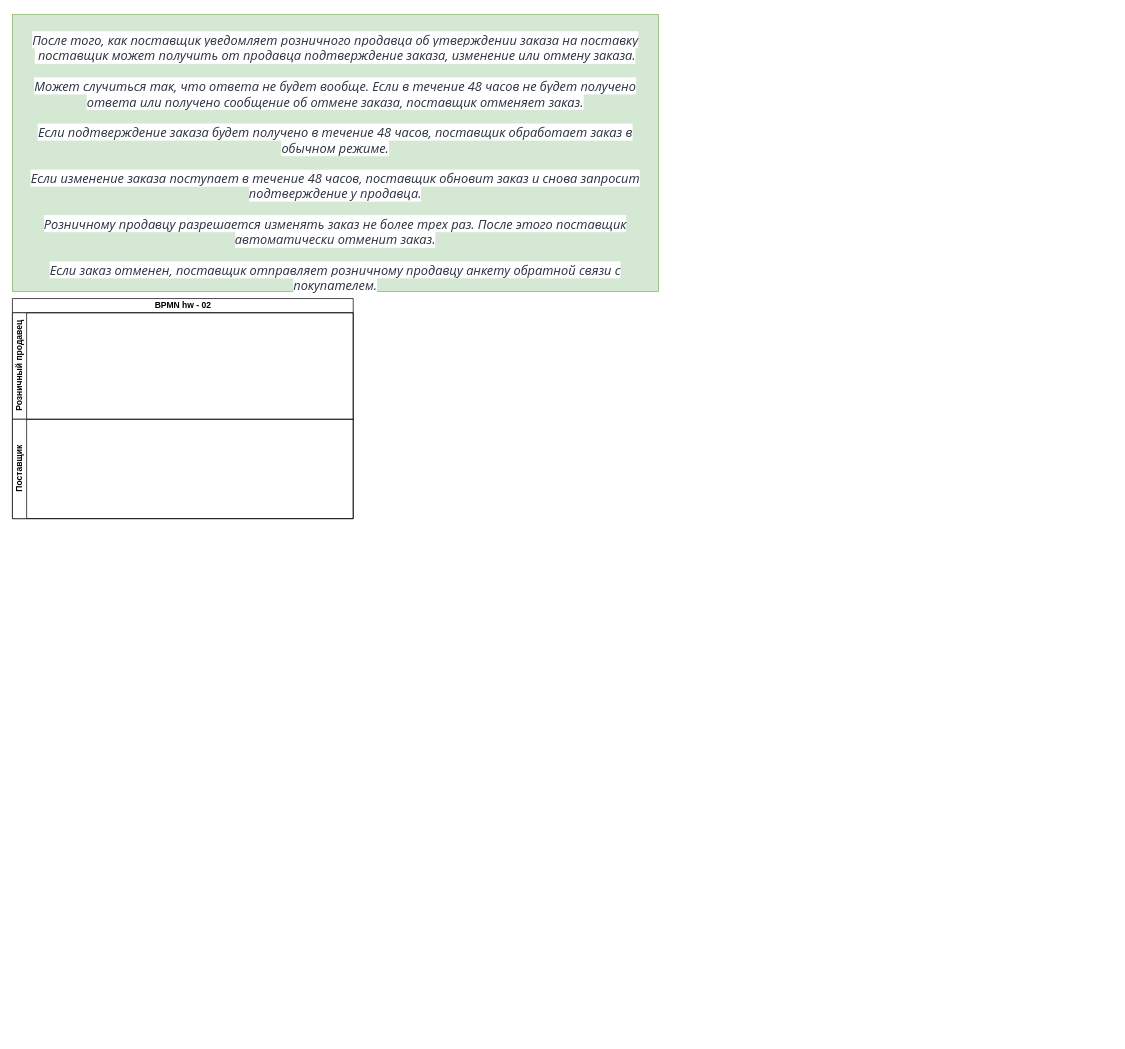
Before: bpmn-hw-2.drawio in rmastodon0603/itstep_course_uml, a draw.io diagram. Source tidied: cells renumbered, new cells numbered last; positions are measured from the earlier drawing's top-left corner, leaving out a move shared by most shapes. Both pictures are drawn from the tidied source at 71%, with x=0, y=0 at pixel (12, 14).
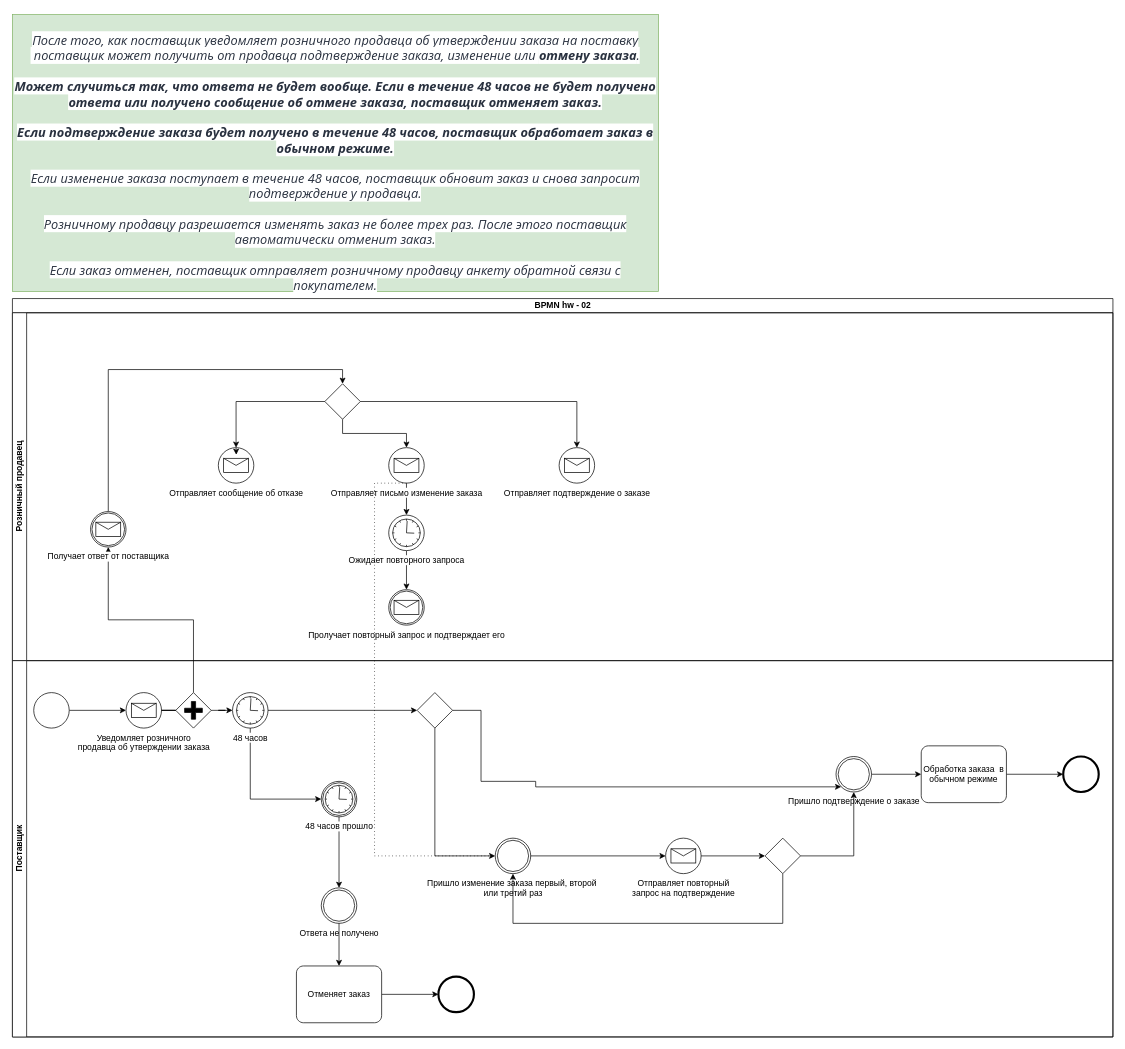
After the change.

The edit, as a diff of the source:
```diff
@@
-    <mxCell id="2" value="&lt;br&gt;&lt;br&gt;&lt;span style=&quot;color: rgb(41 , 49 , 63) ; font-family: &amp;#34;segoe ui&amp;#34; ; font-size: 18px ; font-style: italic ; font-weight: 400 ; letter-spacing: normal ; text-align: left ; text-indent: 0px ; text-transform: none ; word-spacing: 0px ; background-color: rgb(255 , 255 , 255) ; display: inline ; float: none&quot;&gt;После того, как поставщик уведомляет розничного продавца об утверждении заказа на поставку&lt;br&gt;&amp;nbsp;поставщик может получить от продавца подтверждение заказа, изменение или отмену заказа. &lt;br&gt;&lt;br&gt;Может случиться так, что ответа не будет вообще. Если в течение 48 часов не будет получено ответа или получено сообщение об отмене заказа, поставщик отменяет заказ. &lt;br&gt;&lt;br&gt;Если подтверждение заказа будет получено в течение 48 часов, поставщик обработает заказ в обычном режиме. &lt;br&gt;&lt;br&gt;Если изменение заказа поступает в течение 48 часов, поставщик обновит заказ и снова запросит подтверждение у продавца. &lt;br&gt;&lt;br&gt;Розничному продавцу разрешается изменять заказ не более трех раз. После этого поставщик автоматически отменит заказ. &lt;br&gt;&lt;br&gt;Если заказ отменен, поставщик отправляет розничному продавцу анкету обратной связи с покупателем.&lt;/span&gt;&lt;br&gt;" style="text;html=1;strokeColor=#82b366;fillColor=#d5e8d4;align=center;verticalAlign=middle;whiteSpace=wrap;rounded=0;" parent="1" vertex="1">
+    <mxCell id="2" value="&lt;br&gt;&lt;br&gt;&lt;span style=&quot;color: rgb(41 , 49 , 63) ; font-family: &amp;#34;segoe ui&amp;#34; ; font-size: 18px ; font-style: italic ; font-weight: 400 ; letter-spacing: normal ; text-align: left ; text-indent: 0px ; text-transform: none ; word-spacing: 0px ; background-color: rgb(255 , 255 , 255) ; display: inline ; float: none&quot;&gt;После того, как поставщик уведомляет розничного продавца об утверждении заказа на поставку&lt;br&gt;&amp;nbsp;поставщик может получить от продавца подтверждение заказа, изменение или &lt;/span&gt;&lt;span style=&quot;color: rgb(41 , 49 , 63) ; font-family: &amp;#34;segoe ui&amp;#34; ; font-size: 18px ; font-style: italic ; letter-spacing: normal ; text-align: left ; text-indent: 0px ; text-transform: none ; word-spacing: 0px ; background-color: rgb(255 , 255 , 255) ; display: inline ; float: none&quot;&gt;&lt;b&gt;отмену заказа&lt;/b&gt;&lt;/span&gt;&lt;span style=&quot;color: rgb(41 , 49 , 63) ; font-family: &amp;#34;segoe ui&amp;#34; ; font-size: 18px ; font-style: italic ; letter-spacing: normal ; text-align: left ; text-indent: 0px ; text-transform: none ; word-spacing: 0px ; background-color: rgb(255 , 255 , 255) ; display: inline ; float: none&quot;&gt;. &lt;br&gt;&lt;br&gt;&lt;b&gt;Может случиться так, что ответа не будет вообще. Если в течение 48 часов не будет получено ответа или получено сообщение об отмене заказа, поставщик отменяет заказ. &lt;br&gt;&lt;/b&gt;&lt;br&gt;&lt;b&gt;Если подтверждение заказа будет получено в течение 48 часов, поставщик обработает заказ в обычном режиме. &lt;br&gt;&lt;/b&gt;&lt;br&gt;Если изменение заказа поступает в течение 48 часов, поставщик обновит заказ и снова запросит подтверждение у продавца. &lt;br&gt;&lt;br&gt;Розничному продавцу разрешается изменять заказ не более трех раз. После этого поставщик автоматически отменит заказ. &lt;br&gt;&lt;br&gt;Если заказ отменен, поставщик отправляет розничному продавцу анкету обратной связи с покупателем.&lt;/span&gt;" style="text;html=1;strokeColor=#82b366;fillColor=#d5e8d4;align=center;verticalAlign=middle;whiteSpace=wrap;rounded=0;" parent="1" vertex="1">
       <mxGeometry width="910" height="390" as="geometry" />
     </mxCell>
     <mxCell id="3" value="BPMN hw - 02" style="swimlane;html=1;horizontal=1;startSize=20;" parent="1" vertex="1">
-      <mxGeometry y="400" width="480" height="310" as="geometry" />
+      <mxGeometry y="400" width="1550" height="1040" as="geometry" />
     </mxCell>
+    <mxCell id="6" style="edgeStyle=orthogonalEdgeStyle;rounded=0;jettySize=auto;html=1;exitX=0.5;exitY=0;exitDx=0;exitDy=0;exitPerimeter=0;entryX=0.5;entryY=1;entryDx=0;entryDy=0;entryPerimeter=0;" parent="3" edge="1" source="32" target="8">
+      <mxGeometry relative="1" as="geometry" />
+    </mxCell>
     <mxCell id="4" value="Розничный продавец" style="swimlane;html=1;startSize=20;horizontal=0;" parent="3" vertex="1">
-      <mxGeometry y="20" width="480" height="150" as="geometry" />
+      <mxGeometry y="20" width="1550" height="490" as="geometry" />
     </mxCell>
+    <mxCell id="7" style="edgeStyle=orthogonalEdgeStyle;rounded=0;jettySize=auto;html=1;exitX=0.5;exitY=0;exitDx=0;exitDy=0;exitPerimeter=0;entryX=0.5;entryY=0;entryDx=0;entryDy=0;entryPerimeter=0;" parent="4" edge="1" source="8" target="12">
+      <mxGeometry relative="1" as="geometry" />
+    </mxCell>
+    <mxCell id="8" value="Получает ответ от поставщика" style="points=[[0.145,0.145,0],[0.5,0,0],[0.855,0.145,0],[1,0.5,0],[0.855,0.855,0],[0.5,1,0],[0.145,0.855,0],[0,0.5,0]];shape=mxgraph.bpmn.event;html=1;verticalLabelPosition=bottom;labelBackgroundColor=#ffffff;verticalAlign=top;align=center;perimeter=ellipsePerimeter;outlineConnect=0;outline=catching;symbol=message;" parent="4" vertex="1">
+      <mxGeometry x="110" y="280" width="50" height="50" as="geometry" />
+    </mxCell>
+    <mxCell id="9" style="edgeStyle=orthogonalEdgeStyle;rounded=0;jettySize=auto;html=1;" parent="4" edge="1" source="12" target="13">
+      <mxGeometry relative="1" as="geometry" />
+    </mxCell>
+    <mxCell id="10" style="edgeStyle=orthogonalEdgeStyle;rounded=0;jettySize=auto;html=1;exitX=1;exitY=0.5;exitDx=0;exitDy=0;exitPerimeter=0;entryX=0.5;entryY=0;entryDx=0;entryDy=0;entryPerimeter=0;" parent="4" edge="1" source="12" target="14">
+      <mxGeometry relative="1" as="geometry" />
+    </mxCell>
+    <mxCell id="11" style="edgeStyle=orthogonalEdgeStyle;rounded=0;jettySize=auto;html=1;exitX=0.5;exitY=1;exitDx=0;exitDy=0;exitPerimeter=0;entryX=0.5;entryY=0;entryDx=0;entryDy=0;entryPerimeter=0;" parent="4" edge="1" source="12" target="17">
+      <mxGeometry relative="1" as="geometry" />
+    </mxCell>
+    <mxCell id="12" style="points=[[0.25,0.25,0],[0.5,0,0],[0.75,0.25,0],[1,0.5,0],[0.75,0.75,0],[0.5,1,0],[0.25,0.75,0],[0,0.5,0]];shape=mxgraph.bpmn.gateway2;html=1;verticalLabelPosition=bottom;labelBackgroundColor=#ffffff;verticalAlign=top;align=center;perimeter=rhombusPerimeter;outlineConnect=0;outline=none;symbol=none;" parent="4" vertex="1">
+      <mxGeometry x="440" y="100" width="50" height="50" as="geometry" />
+    </mxCell>
+    <mxCell id="13" value="Отправляет сообщение об отказе" style="points=[[0.145,0.145,0],[0.5,0,0],[0.855,0.145,0],[1,0.5,0],[0.855,0.855,0],[0.5,1,0],[0.145,0.855,0],[0,0.5,0]];shape=mxgraph.bpmn.event;html=1;verticalLabelPosition=bottom;labelBackgroundColor=#ffffff;verticalAlign=top;align=center;perimeter=ellipsePerimeter;outlineConnect=0;outline=standard;symbol=message;" parent="4" vertex="1">
+      <mxGeometry x="290" y="190" width="50" height="50" as="geometry" />
+    </mxCell>
+    <mxCell id="14" value="Отправляет подтверждение о заказе" style="points=[[0.145,0.145,0],[0.5,0,0],[0.855,0.145,0],[1,0.5,0],[0.855,0.855,0],[0.5,1,0],[0.145,0.855,0],[0,0.5,0]];shape=mxgraph.bpmn.event;html=1;verticalLabelPosition=bottom;labelBackgroundColor=#ffffff;verticalAlign=top;align=center;perimeter=ellipsePerimeter;outlineConnect=0;outline=standard;symbol=message;" parent="4" vertex="1">
+      <mxGeometry x="770" y="190" width="50" height="50" as="geometry" />
+    </mxCell>
+    <mxCell id="15" style="edgeStyle=orthogonalEdgeStyle;rounded=0;orthogonalLoop=1;jettySize=auto;html=1;exitX=0.5;exitY=0;exitDx=0;exitDy=0;exitPerimeter=0;entryX=0.505;entryY=0.2;entryDx=0;entryDy=0;entryPerimeter=0;" parent="4" edge="1" source="13" target="13">
+      <mxGeometry relative="1" as="geometry" />
+    </mxCell>
+    <mxCell id="16" style="edgeStyle=orthogonalEdgeStyle;rounded=0;jettySize=auto;html=1;" parent="4" edge="1" source="17" target="20">
+      <mxGeometry relative="1" as="geometry" />
+    </mxCell>
+    <mxCell id="17" value="Отправляет письмо изменение заказа" style="points=[[0.145,0.145,0],[0.5,0,0],[0.855,0.145,0],[1,0.5,0],[0.855,0.855,0],[0.5,1,0],[0.145,0.855,0],[0,0.5,0]];shape=mxgraph.bpmn.event;html=1;verticalLabelPosition=bottom;labelBackgroundColor=#ffffff;verticalAlign=top;align=center;perimeter=ellipsePerimeter;outlineConnect=0;outline=standard;symbol=message;" parent="4" vertex="1">
+      <mxGeometry x="530" y="190" width="50" height="50" as="geometry" />
+    </mxCell>
+    <mxCell id="18" value="Пролучает повторный запрос и подтверждает его" style="points=[[0.145,0.145,0],[0.5,0,0],[0.855,0.145,0],[1,0.5,0],[0.855,0.855,0],[0.5,1,0],[0.145,0.855,0],[0,0.5,0]];shape=mxgraph.bpmn.event;html=1;verticalLabelPosition=bottom;labelBackgroundColor=#ffffff;verticalAlign=top;align=center;perimeter=ellipsePerimeter;outlineConnect=0;outline=catching;symbol=message;" parent="4" vertex="1">
+      <mxGeometry x="530" y="390" width="50" height="50" as="geometry" />
+    </mxCell>
+    <mxCell id="19" style="edgeStyle=orthogonalEdgeStyle;rounded=0;jettySize=auto;html=1;" parent="4" edge="1" source="20" target="18">
+      <mxGeometry relative="1" as="geometry" />
+    </mxCell>
+    <mxCell id="20" value="Ожидает повторного запроса" style="points=[[0.145,0.145,0],[0.5,0,0],[0.855,0.145,0],[1,0.5,0],[0.855,0.855,0],[0.5,1,0],[0.145,0.855,0],[0,0.5,0]];shape=mxgraph.bpmn.event;html=1;verticalLabelPosition=bottom;labelBackgroundColor=#ffffff;verticalAlign=top;align=center;perimeter=ellipsePerimeter;outlineConnect=0;outline=standard;symbol=timer;" parent="4" vertex="1">
+      <mxGeometry x="530" y="285" width="50" height="50" as="geometry" />
+    </mxCell>
+    <mxCell id="21" style="edgeStyle=elbowEdgeStyle;fontSize=12;html=1;endFill=0;startFill=0;endSize=6;startSize=6;dashed=1;dashPattern=1 4;endArrow=none;startArrow=none;rounded=0;exitX=0.5;exitY=1;exitDx=0;exitDy=0;exitPerimeter=0;entryX=0;entryY=0.5;entryDx=0;entryDy=0;entryPerimeter=0;" parent="3" edge="1" source="17" target="45">
+      <mxGeometry relative="1" as="geometry">
+        <Array as="points">
+          <mxPoint x="510" y="590" />
+        </Array>
+      </mxGeometry>
+    </mxCell>
     <mxCell id="5" value="Поставщик" style="swimlane;html=1;startSize=20;horizontal=0;" parent="3" vertex="1">
-      <mxGeometry y="170" width="480" height="140" as="geometry" />
+      <mxGeometry y="510" width="1550" height="530" as="geometry" />
     </mxCell>
+    <mxCell id="22" style="edgeStyle=orthogonalEdgeStyle;rounded=0;jettySize=auto;html=1;" parent="5" edge="1" source="23" target="25">
+      <mxGeometry relative="1" as="geometry" />
+    </mxCell>
+    <mxCell id="23" style="points=[[0.145,0.145,0],[0.5,0,0],[0.855,0.145,0],[1,0.5,0],[0.855,0.855,0],[0.5,1,0],[0.145,0.855,0],[0,0.5,0]];shape=mxgraph.bpmn.event;html=1;verticalLabelPosition=bottom;labelBackgroundColor=#ffffff;verticalAlign=top;align=center;perimeter=ellipsePerimeter;outlineConnect=0;outline=standard;symbol=general;" parent="5" vertex="1">
+      <mxGeometry x="30" y="45" width="50" height="50" as="geometry" />
+    </mxCell>
+    <mxCell id="24" style="edgeStyle=orthogonalEdgeStyle;rounded=0;jettySize=auto;html=1;startArrow=none;exitX=1;exitY=0.5;exitDx=0;exitDy=0;exitPerimeter=0;" parent="5" edge="1" source="32" target="28">
+      <mxGeometry relative="1" as="geometry" />
+    </mxCell>
+    <mxCell id="25" value="Уведомляет розничного &lt;br&gt;продавца об утверждении заказа" style="points=[[0.145,0.145,0],[0.5,0,0],[0.855,0.145,0],[1,0.5,0],[0.855,0.855,0],[0.5,1,0],[0.145,0.855,0],[0,0.5,0]];shape=mxgraph.bpmn.event;html=1;verticalLabelPosition=bottom;labelBackgroundColor=#ffffff;verticalAlign=top;align=center;perimeter=ellipsePerimeter;outlineConnect=0;outline=standard;symbol=message;" parent="5" vertex="1">
+      <mxGeometry x="160" y="45" width="50" height="50" as="geometry" />
+    </mxCell>
+    <mxCell id="26" style="edgeStyle=orthogonalEdgeStyle;rounded=0;jettySize=auto;html=1;" parent="5" edge="1" source="28" target="31">
+      <mxGeometry relative="1" as="geometry" />
+    </mxCell>
+    <mxCell id="27" style="edgeStyle=orthogonalEdgeStyle;rounded=0;jettySize=auto;html=1;exitX=0.5;exitY=1;exitDx=0;exitDy=0;exitPerimeter=0;entryX=0;entryY=0.5;entryDx=0;entryDy=0;entryPerimeter=0;" parent="5" edge="1" source="28" target="40">
+      <mxGeometry relative="1" as="geometry" />
+    </mxCell>
+    <mxCell id="28" value="48 часов" style="points=[[0.145,0.145,0],[0.5,0,0],[0.855,0.145,0],[1,0.5,0],[0.855,0.855,0],[0.5,1,0],[0.145,0.855,0],[0,0.5,0]];shape=mxgraph.bpmn.event;html=1;verticalLabelPosition=bottom;labelBackgroundColor=#ffffff;verticalAlign=top;align=center;perimeter=ellipsePerimeter;outlineConnect=0;outline=standard;symbol=timer;" parent="5" vertex="1">
+      <mxGeometry x="310" y="45" width="50" height="50" as="geometry" />
+    </mxCell>
+    <mxCell id="29" style="edgeStyle=orthogonalEdgeStyle;rounded=0;jettySize=auto;html=1;exitX=1;exitY=0.5;exitDx=0;exitDy=0;exitPerimeter=0;entryX=0.145;entryY=0.855;entryDx=0;entryDy=0;entryPerimeter=0;" parent="5" edge="1" source="31" target="35">
+      <mxGeometry relative="1" as="geometry">
+        <Array as="points">
+          <mxPoint x="660" y="70" />
+          <mxPoint x="660" y="170" />
+          <mxPoint x="737" y="170" />
+        </Array>
+      </mxGeometry>
+    </mxCell>
+    <mxCell id="30" style="edgeStyle=orthogonalEdgeStyle;rounded=0;jettySize=auto;html=1;exitX=0.5;exitY=1;exitDx=0;exitDy=0;exitPerimeter=0;entryX=0;entryY=0.5;entryDx=0;entryDy=0;entryPerimeter=0;" parent="5" edge="1" source="31" target="45">
+      <mxGeometry relative="1" as="geometry" />
+    </mxCell>
+    <mxCell id="31" style="points=[[0.25,0.25,0],[0.5,0,0],[0.75,0.25,0],[1,0.5,0],[0.75,0.75,0],[0.5,1,0],[0.25,0.75,0],[0,0.5,0]];shape=mxgraph.bpmn.gateway2;html=1;verticalLabelPosition=bottom;labelBackgroundColor=#ffffff;verticalAlign=top;align=center;perimeter=rhombusPerimeter;outlineConnect=0;outline=none;symbol=none;" parent="5" vertex="1">
+      <mxGeometry x="570" y="45" width="50" height="50" as="geometry" />
+    </mxCell>
+    <mxCell id="32" style="points=[[0.25,0.25,0],[0.5,0,0],[0.75,0.25,0],[1,0.5,0],[0.75,0.75,0],[0.5,1,0],[0.25,0.75,0],[0,0.5,0]];shape=mxgraph.bpmn.gateway2;html=1;verticalLabelPosition=bottom;labelBackgroundColor=#ffffff;verticalAlign=top;align=center;perimeter=rhombusPerimeter;outlineConnect=0;outline=none;symbol=none;gwType=parallel;" parent="5" vertex="1">
+      <mxGeometry x="230" y="45" width="50" height="50" as="geometry" />
+    </mxCell>
+    <mxCell id="33" style="edgeStyle=orthogonalEdgeStyle;rounded=0;jettySize=auto;html=1;startArrow=none;exitX=1;exitY=0.5;exitDx=0;exitDy=0;exitPerimeter=0;endArrow=none;" parent="5" edge="1" source="25" target="32">
+      <mxGeometry relative="1" as="geometry" />
+    </mxCell>
+    <mxCell id="34" style="edgeStyle=orthogonalEdgeStyle;rounded=0;jettySize=auto;html=1;" parent="5" edge="1" source="35" target="37">
+      <mxGeometry relative="1" as="geometry" />
+    </mxCell>
+    <mxCell id="35" value="Пришло подтверждение о заказе" style="points=[[0.145,0.145,0],[0.5,0,0],[0.855,0.145,0],[1,0.5,0],[0.855,0.855,0],[0.5,1,0],[0.145,0.855,0],[0,0.5,0]];shape=mxgraph.bpmn.event;html=1;verticalLabelPosition=bottom;labelBackgroundColor=#ffffff;verticalAlign=top;align=center;perimeter=ellipsePerimeter;outlineConnect=0;outline=throwing;symbol=general;" parent="5" vertex="1">
+      <mxGeometry x="1160" y="135" width="50" height="50" as="geometry" />
+    </mxCell>
+    <mxCell id="36" style="edgeStyle=orthogonalEdgeStyle;rounded=0;jettySize=auto;html=1;" parent="5" edge="1" source="37" target="38">
+      <mxGeometry relative="1" as="geometry" />
+    </mxCell>
+    <mxCell id="37" value="Обработка заказа  в обычном режиме" style="points=[[0.25,0,0],[0.5,0,0],[0.75,0,0],[1,0.25,0],[1,0.5,0],[1,0.75,0],[0.75,1,0],[0.5,1,0],[0.25,1,0],[0,0.75,0],[0,0.5,0],[0,0.25,0]];shape=mxgraph.bpmn.task;whiteSpace=wrap;rectStyle=rounded;size=10;taskMarker=abstract;" parent="5" vertex="1">
+      <mxGeometry x="1280" y="120" width="120" height="80" as="geometry" />
+    </mxCell>
+    <mxCell id="38" style="points=[[0.145,0.145,0],[0.5,0,0],[0.855,0.145,0],[1,0.5,0],[0.855,0.855,0],[0.5,1,0],[0.145,0.855,0],[0,0.5,0]];shape=mxgraph.bpmn.event;html=1;verticalLabelPosition=bottom;labelBackgroundColor=#ffffff;verticalAlign=top;align=center;perimeter=ellipsePerimeter;outlineConnect=0;outline=end;symbol=terminate2;" parent="5" vertex="1">
+      <mxGeometry x="1480" y="135" width="50" height="50" as="geometry" />
+    </mxCell>
+    <mxCell id="39" style="edgeStyle=orthogonalEdgeStyle;rounded=0;jettySize=auto;html=1;entryX=0.5;entryY=0;entryDx=0;entryDy=0;entryPerimeter=0;" parent="5" edge="1" source="40" target="41">
+      <mxGeometry relative="1" as="geometry" />
+    </mxCell>
+    <mxCell id="40" value="48 часов прошло" style="points=[[0.145,0.145,0],[0.5,0,0],[0.855,0.145,0],[1,0.5,0],[0.855,0.855,0],[0.5,1,0],[0.145,0.855,0],[0,0.5,0]];shape=mxgraph.bpmn.event;html=1;verticalLabelPosition=bottom;labelBackgroundColor=#ffffff;verticalAlign=top;align=center;perimeter=ellipsePerimeter;outlineConnect=0;outline=boundInt;symbol=timer;" parent="5" vertex="1">
+      <mxGeometry x="435" y="170" width="50" height="50" as="geometry" />
+    </mxCell>
+    <mxCell id="41" value="Ответа не получено" style="points=[[0.145,0.145,0],[0.5,0,0],[0.855,0.145,0],[1,0.5,0],[0.855,0.855,0],[0.5,1,0],[0.145,0.855,0],[0,0.5,0]];shape=mxgraph.bpmn.event;html=1;verticalLabelPosition=bottom;labelBackgroundColor=#ffffff;verticalAlign=top;align=center;perimeter=ellipsePerimeter;outlineConnect=0;outline=throwing;symbol=general;" parent="5" vertex="1">
+      <mxGeometry x="435" y="320" width="50" height="50" as="geometry" />
+    </mxCell>
+    <mxCell id="42" style="edgeStyle=orthogonalEdgeStyle;rounded=0;jettySize=auto;html=1;" parent="5" edge="1" source="43" target="52">
+      <mxGeometry relative="1" as="geometry" />
+    </mxCell>
+    <mxCell id="43" value="Отменяет заказ" style="points=[[0.25,0,0],[0.5,0,0],[0.75,0,0],[1,0.25,0],[1,0.5,0],[1,0.75,0],[0.75,1,0],[0.5,1,0],[0.25,1,0],[0,0.75,0],[0,0.5,0],[0,0.25,0]];shape=mxgraph.bpmn.task;whiteSpace=wrap;rectStyle=rounded;size=10;taskMarker=abstract;" parent="5" vertex="1">
+      <mxGeometry x="400" y="430" width="120" height="80" as="geometry" />
+    </mxCell>
+    <mxCell id="44" style="edgeStyle=orthogonalEdgeStyle;rounded=0;jettySize=auto;html=1;" parent="5" edge="1" source="41" target="43">
+      <mxGeometry relative="1" as="geometry" />
+    </mxCell>
+    <mxCell id="45" value="Пришло изменение заказа первый, второй&amp;nbsp;&lt;br&gt;или третий раз" style="points=[[0.145,0.145,0],[0.5,0,0],[0.855,0.145,0],[1,0.5,0],[0.855,0.855,0],[0.5,1,0],[0.145,0.855,0],[0,0.5,0]];shape=mxgraph.bpmn.event;html=1;verticalLabelPosition=bottom;labelBackgroundColor=#ffffff;verticalAlign=top;align=center;perimeter=ellipsePerimeter;outlineConnect=0;outline=throwing;symbol=general;" parent="5" vertex="1">
+      <mxGeometry x="680" y="250" width="50" height="50" as="geometry" />
+    </mxCell>
+    <mxCell id="46" style="edgeStyle=orthogonalEdgeStyle;rounded=0;jettySize=auto;html=1;entryX=0;entryY=0.5;entryDx=0;entryDy=0;entryPerimeter=0;" parent="5" edge="1" source="45" target="48">
+      <mxGeometry relative="1" as="geometry" />
+    </mxCell>
+    <mxCell id="47" style="edgeStyle=orthogonalEdgeStyle;rounded=0;jettySize=auto;html=1;" parent="5" edge="1" source="48" target="51">
+      <mxGeometry relative="1" as="geometry" />
+    </mxCell>
+    <mxCell id="48" value="Отправляет повторный &lt;br&gt;запрос на подтверждение" style="points=[[0.145,0.145,0],[0.5,0,0],[0.855,0.145,0],[1,0.5,0],[0.855,0.855,0],[0.5,1,0],[0.145,0.855,0],[0,0.5,0]];shape=mxgraph.bpmn.event;html=1;verticalLabelPosition=bottom;labelBackgroundColor=#ffffff;verticalAlign=top;align=center;perimeter=ellipsePerimeter;outlineConnect=0;outline=standard;symbol=message;" parent="5" vertex="1">
+      <mxGeometry x="920" y="250" width="50" height="50" as="geometry" />
+    </mxCell>
+    <mxCell id="49" style="edgeStyle=orthogonalEdgeStyle;rounded=0;jettySize=auto;html=1;exitX=1;exitY=0.5;exitDx=0;exitDy=0;exitPerimeter=0;entryX=0.5;entryY=1;entryDx=0;entryDy=0;entryPerimeter=0;" parent="5" edge="1" source="51" target="35">
+      <mxGeometry relative="1" as="geometry" />
+    </mxCell>
+    <mxCell id="50" style="edgeStyle=orthogonalEdgeStyle;rounded=0;jettySize=auto;html=1;exitX=0.5;exitY=1;exitDx=0;exitDy=0;exitPerimeter=0;entryX=0.5;entryY=1;entryDx=0;entryDy=0;entryPerimeter=0;" parent="5" edge="1" source="51" target="45">
+      <mxGeometry relative="1" as="geometry">
+        <Array as="points">
+          <mxPoint x="1085" y="370" />
+          <mxPoint x="705" y="370" />
+        </Array>
+      </mxGeometry>
+    </mxCell>
+    <mxCell id="51" style="points=[[0.25,0.25,0],[0.5,0,0],[0.75,0.25,0],[1,0.5,0],[0.75,0.75,0],[0.5,1,0],[0.25,0.75,0],[0,0.5,0]];shape=mxgraph.bpmn.gateway2;html=1;verticalLabelPosition=bottom;labelBackgroundColor=#ffffff;verticalAlign=top;align=center;perimeter=rhombusPerimeter;outlineConnect=0;outline=none;symbol=none;" parent="5" vertex="1">
+      <mxGeometry x="1060" y="250" width="50" height="50" as="geometry" />
+    </mxCell>
+    <mxCell id="52" style="points=[[0.145,0.145,0],[0.5,0,0],[0.855,0.145,0],[1,0.5,0],[0.855,0.855,0],[0.5,1,0],[0.145,0.855,0],[0,0.5,0]];shape=mxgraph.bpmn.event;html=1;verticalLabelPosition=bottom;labelBackgroundColor=#ffffff;verticalAlign=top;align=center;perimeter=ellipsePerimeter;outlineConnect=0;outline=end;symbol=terminate2;" parent="5" vertex="1">
+      <mxGeometry x="600" y="445" width="50" height="50" as="geometry" />
+    </mxCell>
```
